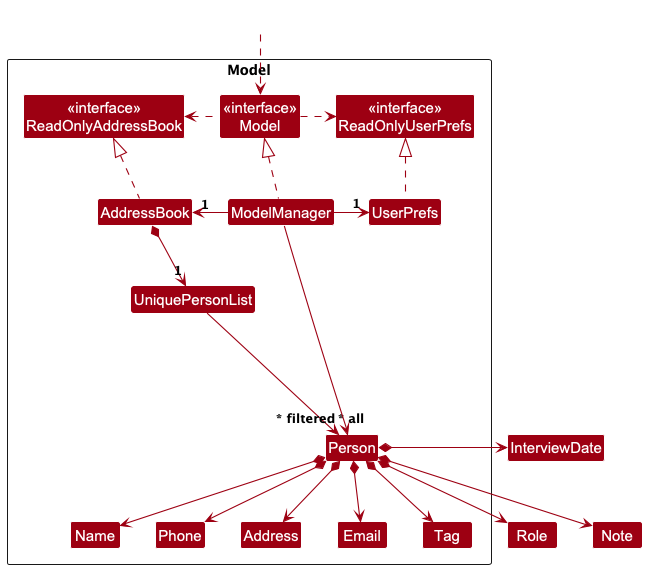
AY2425S2-CS2103T-F13-3/tp keeps this PlantUML diagram as docs/images/ModelClassDiagram.png. Above is the earlier version.
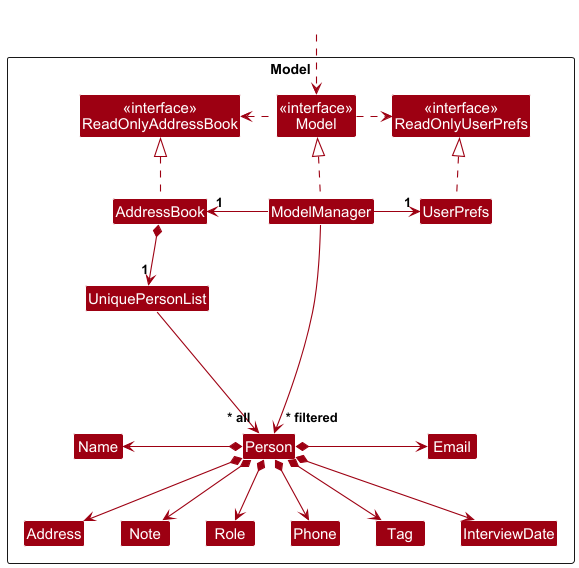
After the commit.

Commit message:
Update UML diagrams and DG

What changed in the source:
```diff
@@ -19,6 +19,9 @@
 Class Name
 Class Phone
 Class Tag
+Class Note
+Class Role
+Class InterviewDate
 
 Class I #FFFFFF
 }
@@ -37,21 +40,20 @@
 
 AddressBook *--> "1" UniquePersonList
 UniquePersonList --> "~* all" Person
-Person *--> Name
+Person *-left-> Name
 Person *--> Phone
-Person *--> Email
+Person *-right-> Email
 Person *--> Address
 Person *--> Tag
 Person *--> Role
 Person *--> Note
-Person *-> InterviewDate
+Person *--> InterviewDate
 
 Person -[hidden]up--> I
 UniquePersonList -[hidden]right-> I
 
-Name -[hidden]right-> Phone
-Phone -[hidden]right-> Address
-Address -[hidden]right-> Email
+Name -[hidden]down-> Address
+Email -[hidden]down-> InterviewDate
 
 ModelManager --> "~* filtered" Person
 @enduml
```
